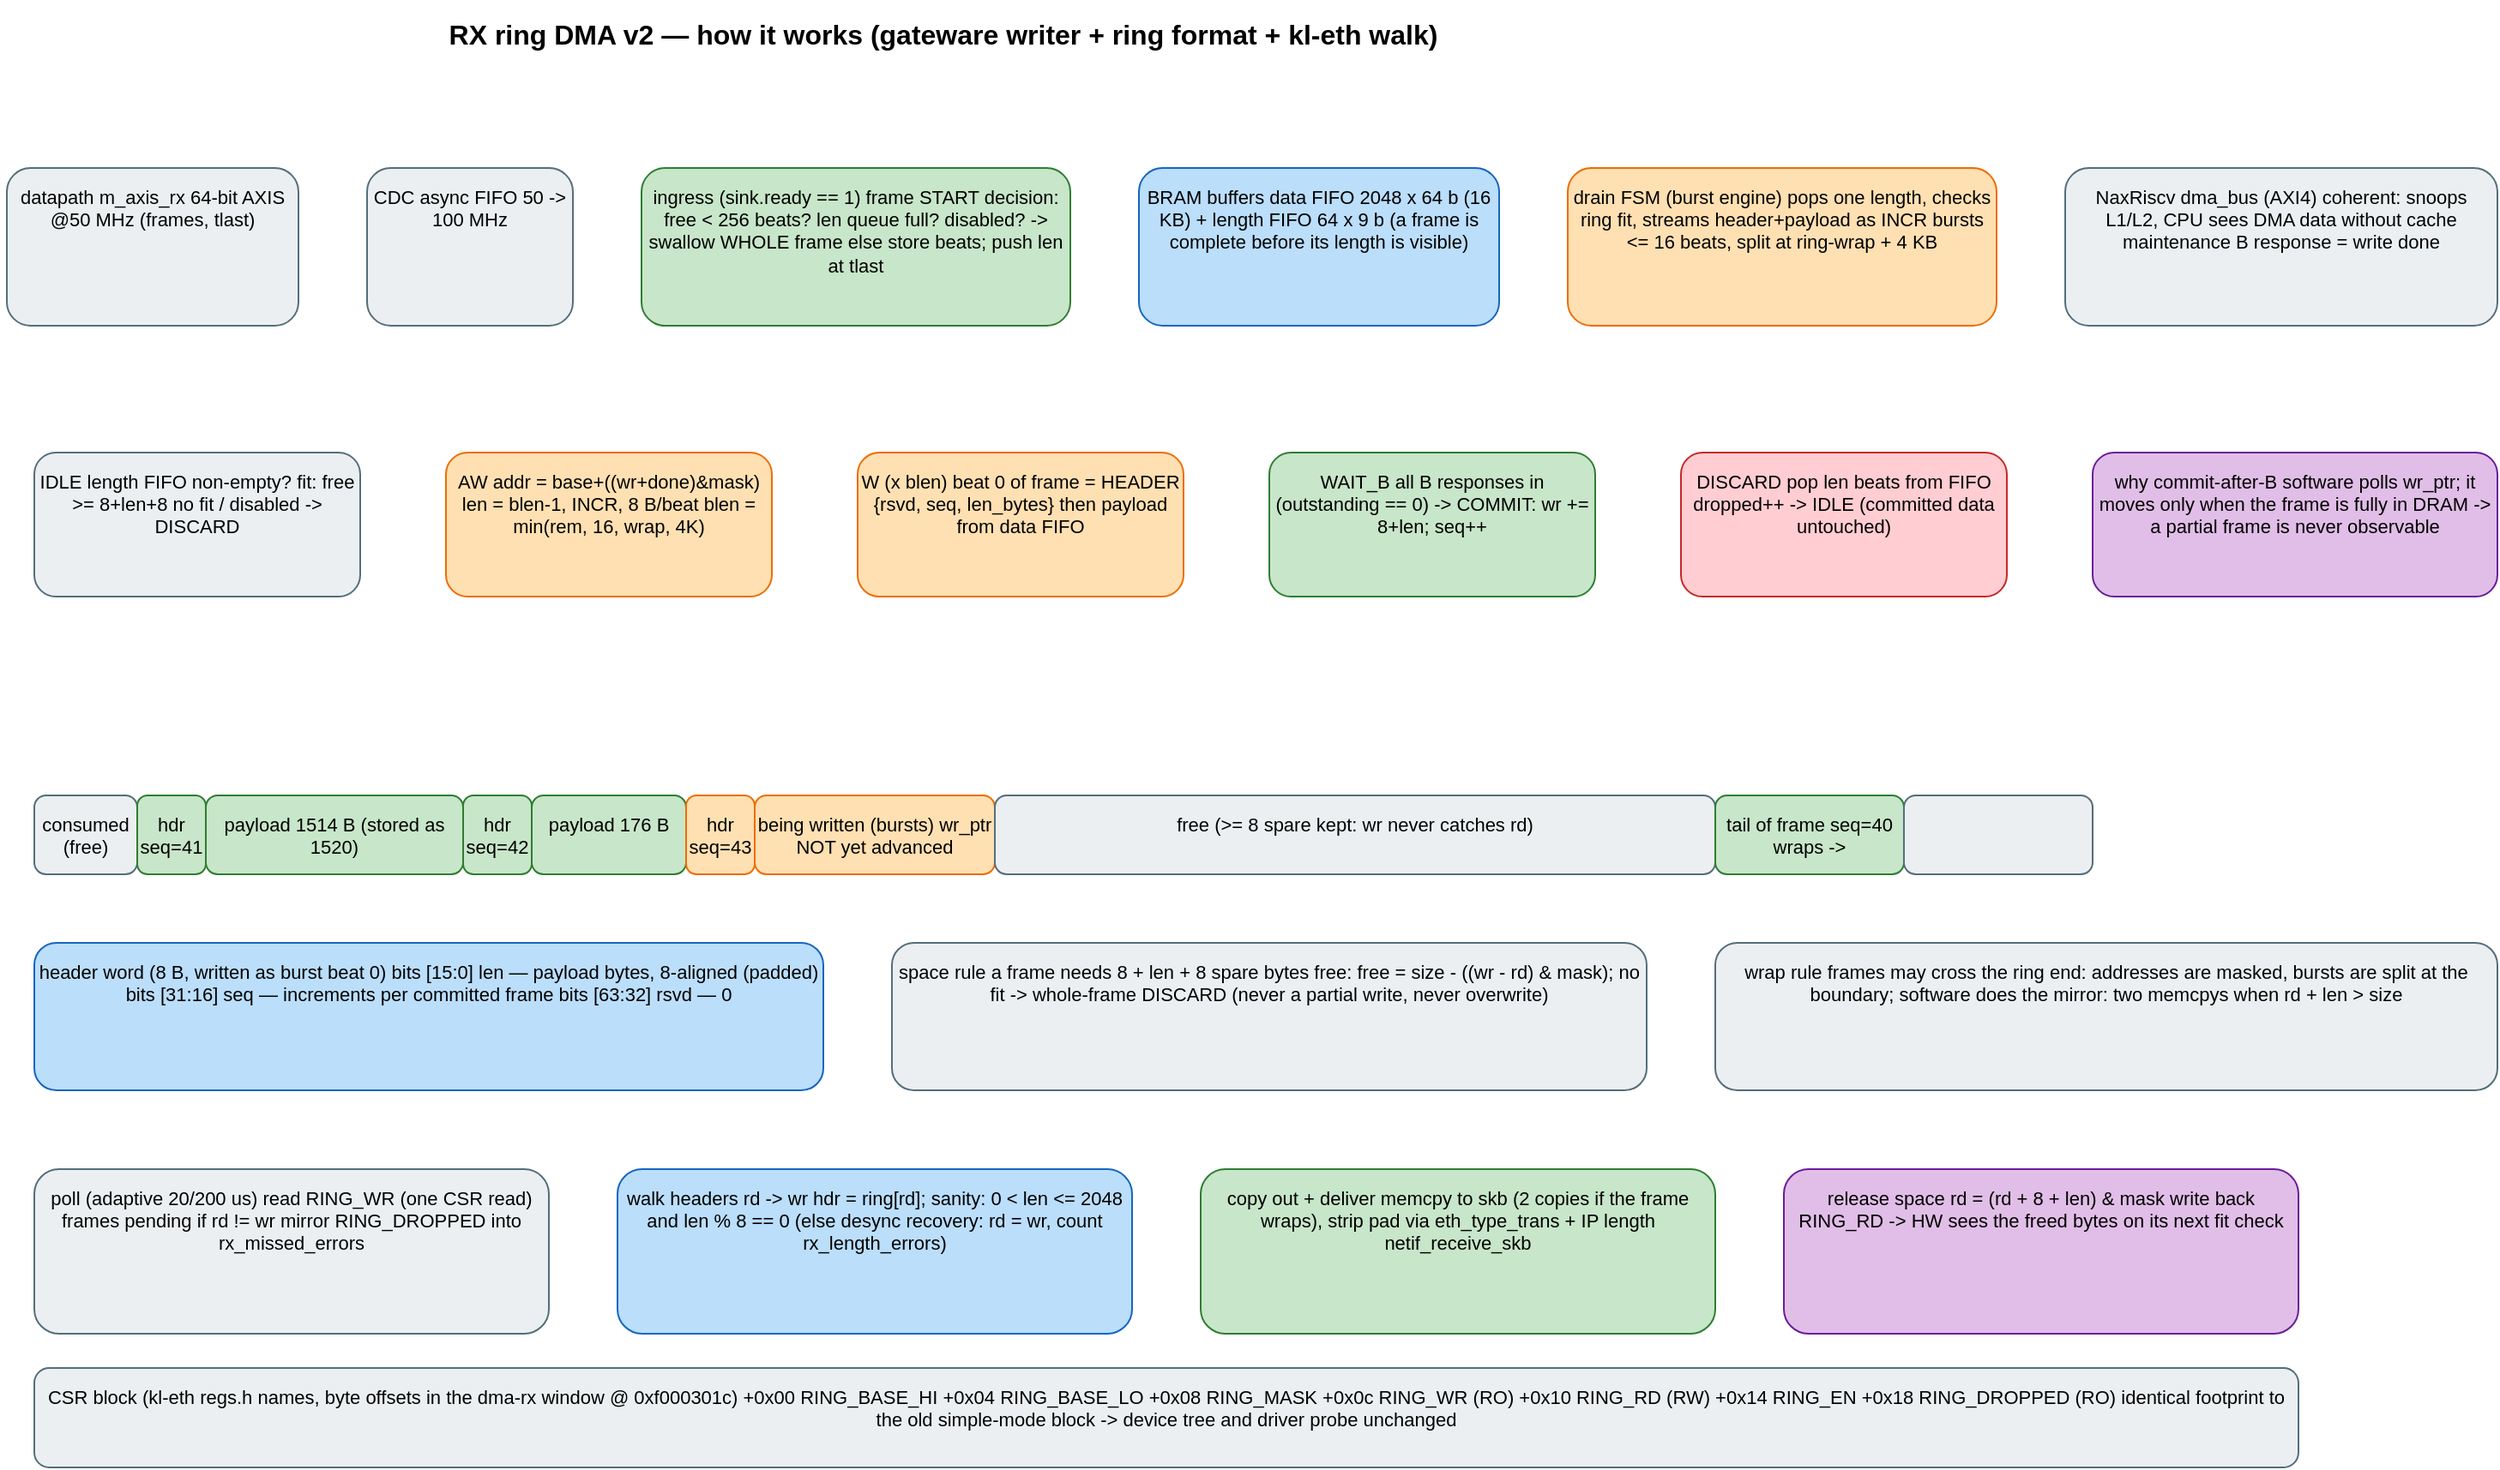
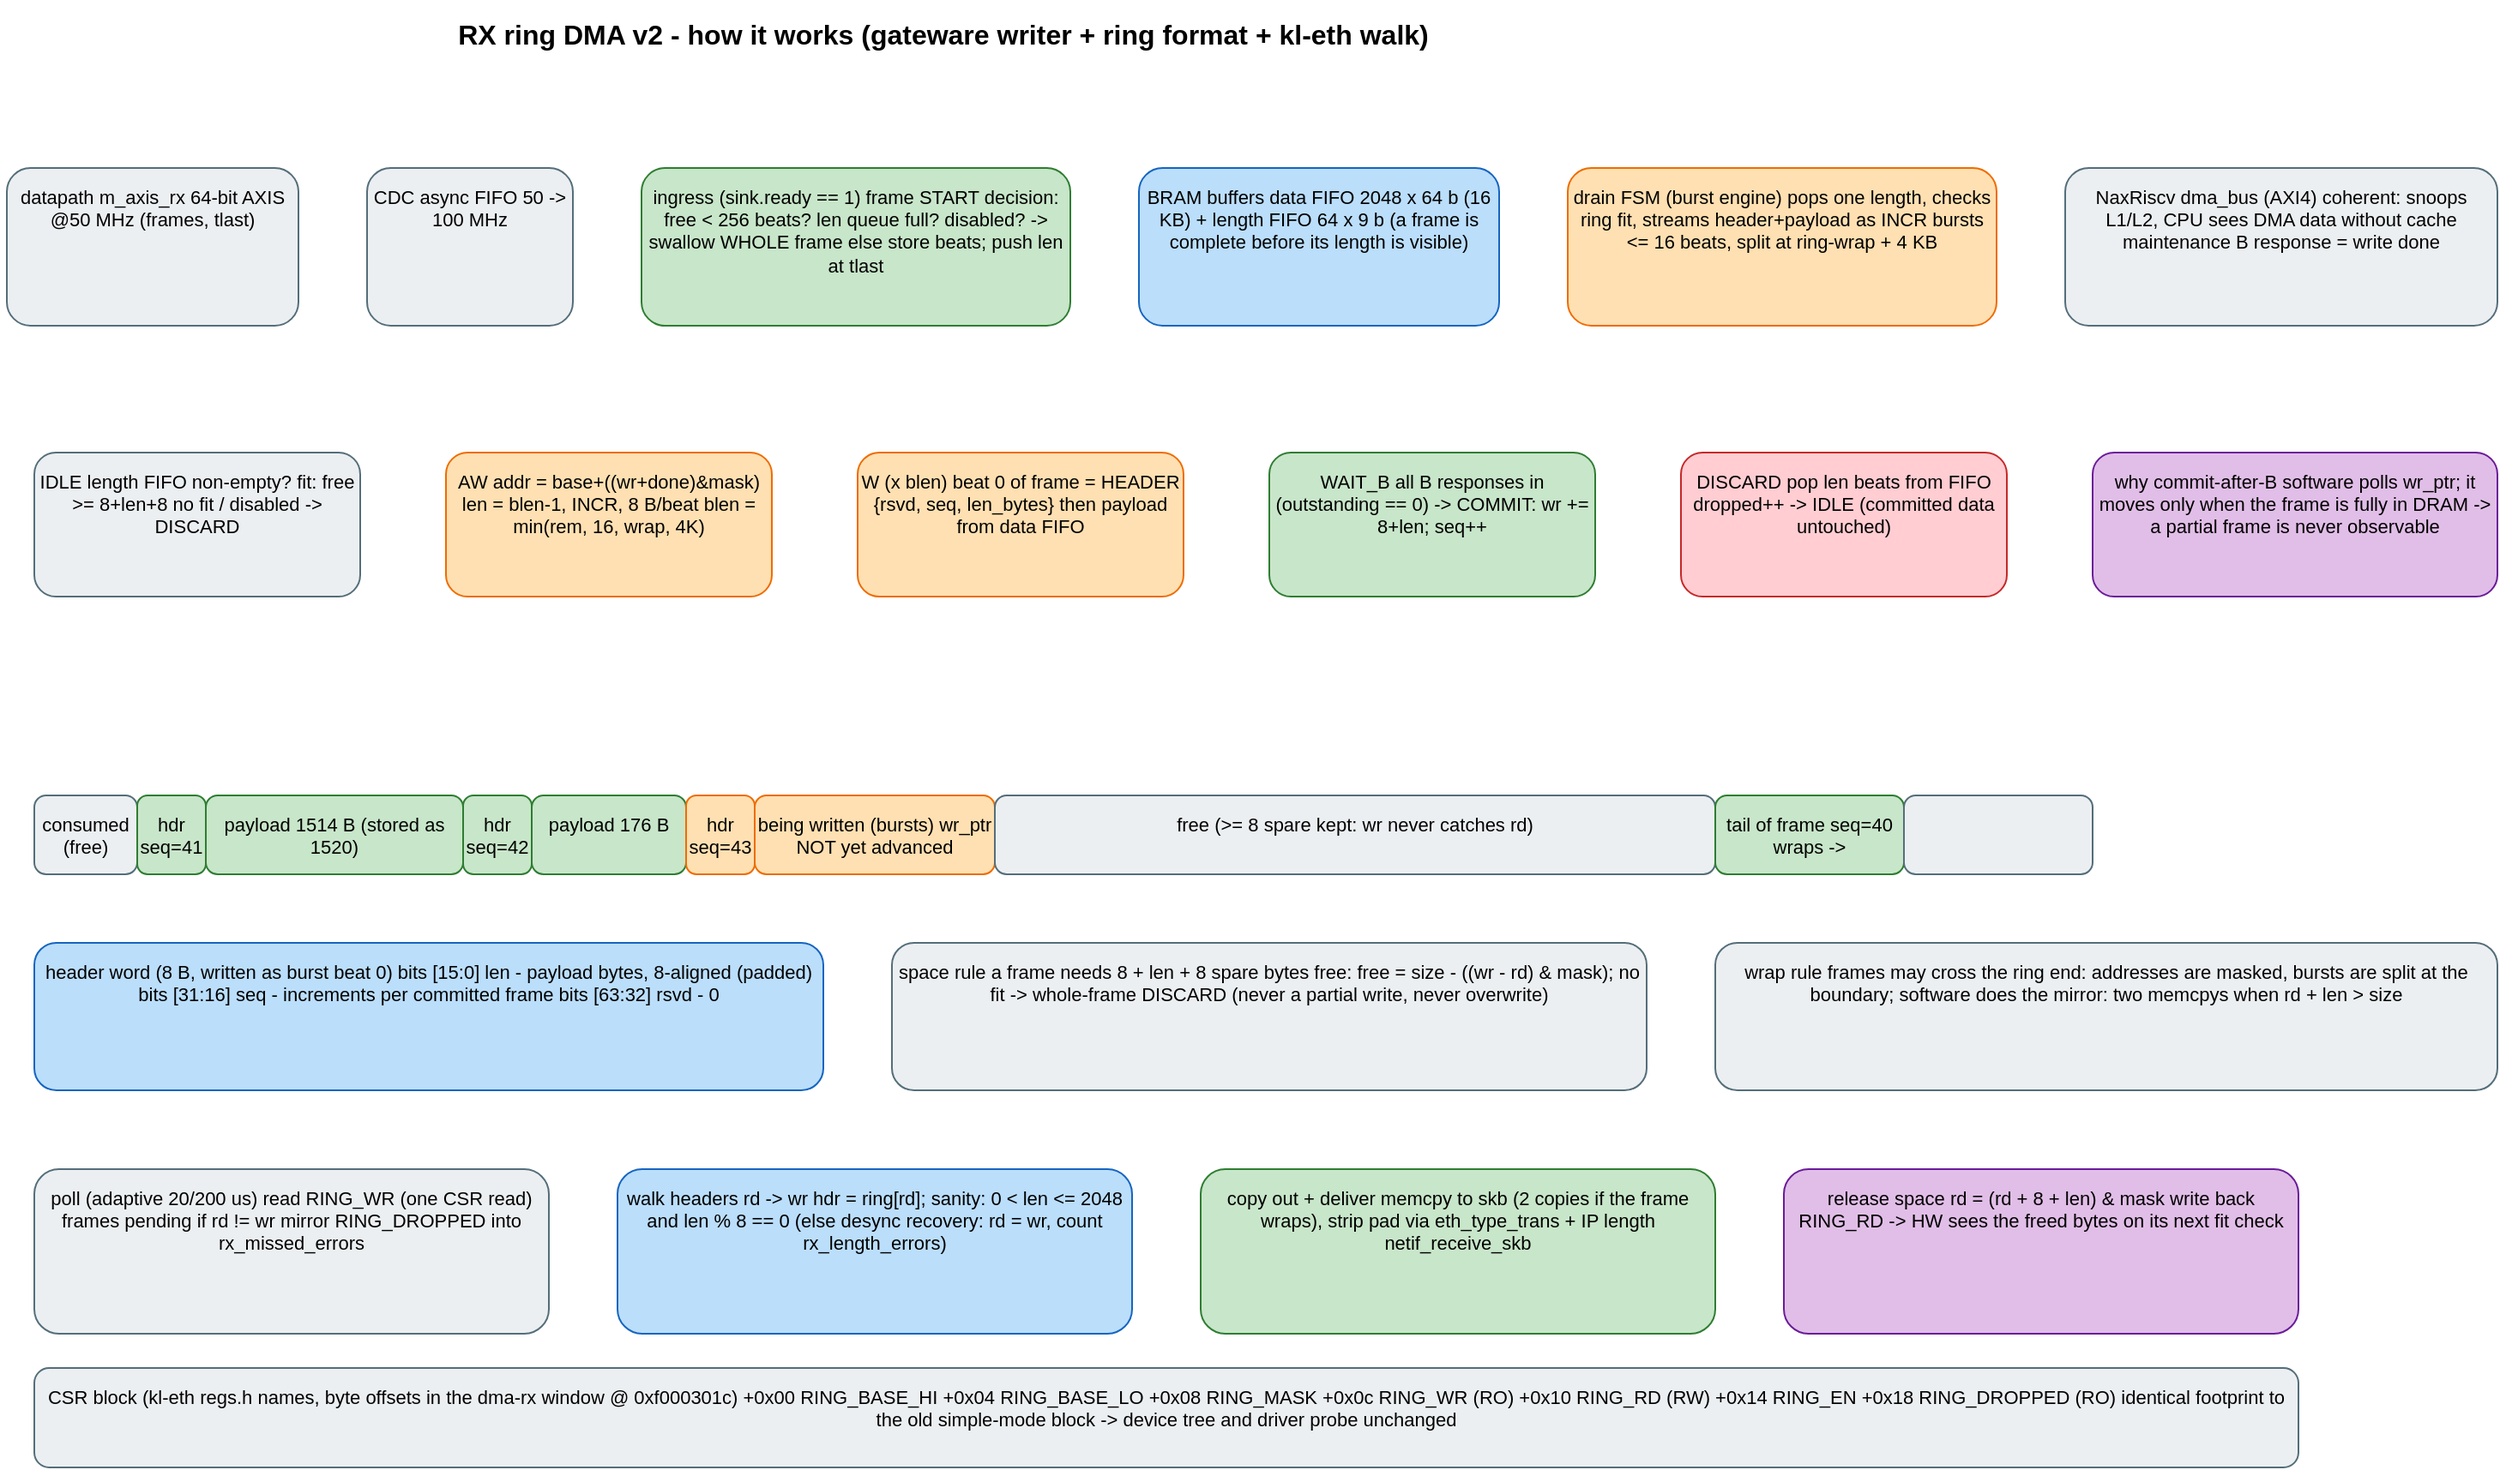
- <mxfile host="app.diagrams.net"><diagram name="RX_RING_OPERATION"><mxGraphModel dx="1400" dy="900" grid="0" page="1" pageWidth="1500" pageHeight="900"><root><mxCell id="0"/><mxCell id="1" parent="0"/><mxCell id="n2" value="RX ring DMA v2 — how it works (gateware writer + ring format + kl-eth walk)" style="rounded=1;whiteSpace=wrap;html=1;fillColor=none;strokeColor=none;fontSize=16;verticalAlign=top;spacingTop=4;fontStyle=1;" vertex="1" parent="1"><mxGeometry x="20" y="10" width="1100" height="30" as="geometry"/></mxCell><mxCell id="n3" value="datapath m_axis_rx
+ <mxfile host="app.diagrams.net"><diagram name="RX_RING_OPERATION"><mxGraphModel dx="1400" dy="900" grid="0" page="1" pageWidth="1500" pageHeight="900"><root><mxCell id="0"/><mxCell id="1" parent="0"/><mxCell id="n2" value="RX ring DMA v2  -  how it works (gateware writer + ring format + kl-eth walk)" style="rounded=1;whiteSpace=wrap;html=1;fillColor=none;strokeColor=none;fontSize=16;verticalAlign=top;spacingTop=4;fontStyle=1;" vertex="1" parent="1"><mxGeometry x="20" y="10" width="1100" height="30" as="geometry"/></mxCell><mxCell id="n3" value="datapath m_axis_rx
64-bit AXIS @50 MHz
(frames, tlast)" style="rounded=1;whiteSpace=wrap;html=1;fillColor=#ECEFF1;strokeColor=#546E7A;fontSize=11;verticalAlign=top;spacingTop=4;" vertex="1" parent="1"><mxGeometry x="24" y="108" width="170" height="92" as="geometry"/></mxCell><mxCell id="n4" value="CDC
async FIFO
50 -&gt; 100 MHz" style="rounded=1;whiteSpace=wrap;html=1;fillColor=#ECEFF1;strokeColor=#546E7A;fontSize=11;verticalAlign=top;spacingTop=4;" vertex="1" parent="1"><mxGeometry x="234" y="108" width="120" height="92" as="geometry"/></mxCell><mxCell id="n5" value="ingress (sink.ready == 1)
frame START decision:
free &lt; 256 beats? len queue full?
disabled?  -&gt; swallow WHOLE frame
else store beats; push len at tlast" style="rounded=1;whiteSpace=wrap;html=1;fillColor=#C8E6C9;strokeColor=#2E7D32;fontSize=11;verticalAlign=top;spacingTop=4;" vertex="1" parent="1"><mxGeometry x="394" y="108" width="250" height="92" as="geometry"/></mxCell><mxCell id="n6" value="BRAM buffers
data FIFO 2048 x 64 b (16 KB)
+ length FIFO 64 x 9 b
(a frame is complete before
its length is visible)" style="rounded=1;whiteSpace=wrap;html=1;fillColor=#BBDEFB;strokeColor=#1565C0;fontSize=11;verticalAlign=top;spacingTop=4;" vertex="1" parent="1"><mxGeometry x="684" y="108" width="210" height="92" as="geometry"/></mxCell><mxCell id="n7" value="drain FSM (burst engine)
pops one length, checks ring fit,
streams header+payload as
INCR bursts &lt;= 16 beats,
split at ring-wrap + 4 KB" style="rounded=1;whiteSpace=wrap;html=1;fillColor=#FFE0B2;strokeColor=#EF6C00;fontSize=11;verticalAlign=top;spacingTop=4;" vertex="1" parent="1"><mxGeometry x="934" y="108" width="250" height="92" as="geometry"/></mxCell><mxCell id="n8" value="NaxRiscv dma_bus (AXI4)
coherent: snoops L1/L2,
CPU sees DMA data without
cache maintenance
B response = write done" style="rounded=1;whiteSpace=wrap;html=1;fillColor=#ECEFF1;strokeColor=#546E7A;fontSize=11;verticalAlign=top;spacingTop=4;" vertex="1" parent="1"><mxGeometry x="1224" y="108" width="252" height="92" as="geometry"/></mxCell><mxCell id="n9" value="IDLE
length FIFO non-empty?
fit: free &gt;= 8+len+8
no fit / disabled -&gt; DISCARD" style="rounded=1;whiteSpace=wrap;html=1;fillColor=#ECEFF1;strokeColor=#546E7A;fontSize=11;verticalAlign=top;spacingTop=4;" vertex="1" parent="1"><mxGeometry x="40" y="274" width="190" height="84" as="geometry"/></mxCell><mxCell id="n10" value="AW
addr = base+((wr+done)&amp;mask)
len = blen-1, INCR, 8 B/beat
blen = min(rem, 16, wrap, 4K)" style="rounded=1;whiteSpace=wrap;html=1;fillColor=#FFE0B2;strokeColor=#EF6C00;fontSize=11;verticalAlign=top;spacingTop=4;" vertex="1" parent="1"><mxGeometry x="280" y="274" width="190" height="84" as="geometry"/></mxCell><mxCell id="n11" value="W  (x blen)
beat 0 of frame = HEADER
{rsvd, seq, len_bytes}
then payload from data FIFO" style="rounded=1;whiteSpace=wrap;html=1;fillColor=#FFE0B2;strokeColor=#EF6C00;fontSize=11;verticalAlign=top;spacingTop=4;" vertex="1" parent="1"><mxGeometry x="520" y="274" width="190" height="84" as="geometry"/></mxCell><mxCell id="n12" value="WAIT_B
all B responses in
(outstanding == 0) -&gt;
COMMIT: wr += 8+len; seq++" style="rounded=1;whiteSpace=wrap;html=1;fillColor=#C8E6C9;strokeColor=#2E7D32;fontSize=11;verticalAlign=top;spacingTop=4;" vertex="1" parent="1"><mxGeometry x="760" y="274" width="190" height="84" as="geometry"/></mxCell><mxCell id="n13" value="DISCARD
pop len beats from FIFO
dropped++ -&gt; IDLE
(committed data untouched)" style="rounded=1;whiteSpace=wrap;html=1;fillColor=#FFCDD2;strokeColor=#C62828;fontSize=11;verticalAlign=top;spacingTop=4;" vertex="1" parent="1"><mxGeometry x="1000" y="274" width="190" height="84" as="geometry"/></mxCell><mxCell id="n14" value="why commit-after-B
software polls wr_ptr; it moves
only when the frame is fully in
DRAM -&gt; a partial frame is
never observable" style="rounded=1;whiteSpace=wrap;html=1;fillColor=#E1BEE7;strokeColor=#6A1B9A;fontSize=11;verticalAlign=top;spacingTop=4;" vertex="1" parent="1"><mxGeometry x="1240" y="274" width="236" height="84" as="geometry"/></mxCell><mxCell id="n15" value="consumed
(free)" style="rounded=1;whiteSpace=wrap;html=1;fillColor=#ECEFF1;strokeColor=#546E7A;fontSize=11;verticalAlign=top;spacingTop=4;" vertex="1" parent="1"><mxGeometry x="40" y="474" width="60" height="46" as="geometry"/></mxCell><mxCell id="n16" value="hdr
seq=41" style="rounded=1;whiteSpace=wrap;html=1;fillColor=#C8E6C9;strokeColor=#2E7D32;fontSize=11;verticalAlign=top;spacingTop=4;" vertex="1" parent="1"><mxGeometry x="100" y="474" width="40" height="46" as="geometry"/></mxCell><mxCell id="n17" value="payload 1514 B
(stored as 1520)" style="rounded=1;whiteSpace=wrap;html=1;fillColor=#C8E6C9;strokeColor=#2E7D32;fontSize=11;verticalAlign=top;spacingTop=4;" vertex="1" parent="1"><mxGeometry x="140" y="474" width="150" height="46" as="geometry"/></mxCell><mxCell id="n18" value="hdr
seq=42" style="rounded=1;whiteSpace=wrap;html=1;fillColor=#C8E6C9;strokeColor=#2E7D32;fontSize=11;verticalAlign=top;spacingTop=4;" vertex="1" parent="1"><mxGeometry x="290" y="474" width="40" height="46" as="geometry"/></mxCell><mxCell id="n19" value="payload 176 B" style="rounded=1;whiteSpace=wrap;html=1;fillColor=#C8E6C9;strokeColor=#2E7D32;fontSize=11;verticalAlign=top;spacingTop=4;" vertex="1" parent="1"><mxGeometry x="330" y="474" width="90" height="46" as="geometry"/></mxCell><mxCell id="n20" value="hdr
seq=43" style="rounded=1;whiteSpace=wrap;html=1;fillColor=#FFE0B2;strokeColor=#EF6C00;fontSize=11;verticalAlign=top;spacingTop=4;" vertex="1" parent="1"><mxGeometry x="420" y="474" width="40" height="46" as="geometry"/></mxCell><mxCell id="n21" value="being written (bursts)
wr_ptr NOT yet advanced" style="rounded=1;whiteSpace=wrap;html=1;fillColor=#FFE0B2;strokeColor=#EF6C00;fontSize=11;verticalAlign=top;spacingTop=4;" vertex="1" parent="1"><mxGeometry x="460" y="474" width="140" height="46" as="geometry"/></mxCell><mxCell id="n22" value="free
(&gt;= 8 spare kept: wr never catches rd)" style="rounded=1;whiteSpace=wrap;html=1;fillColor=#ECEFF1;strokeColor=#546E7A;fontSize=11;verticalAlign=top;spacingTop=4;" vertex="1" parent="1"><mxGeometry x="600" y="474" width="420" height="46" as="geometry"/></mxCell><mxCell id="n23" value="tail of frame seq=40
wraps -&gt;" style="rounded=1;whiteSpace=wrap;html=1;fillColor=#C8E6C9;strokeColor=#2E7D32;fontSize=11;verticalAlign=top;spacingTop=4;" vertex="1" parent="1"><mxGeometry x="1020" y="474" width="110" height="46" as="geometry"/></mxCell><mxCell id="n24" value="" style="rounded=1;whiteSpace=wrap;html=1;fillColor=#ECEFF1;strokeColor=#546E7A;fontSize=11;verticalAlign=top;spacingTop=4;" vertex="1" parent="1"><mxGeometry x="1130" y="474" width="110" height="46" as="geometry"/></mxCell><mxCell id="n25" value="header word (8 B, written as burst beat 0)
- bits [15:0]  len   — payload bytes, 8-aligned (padded)
- bits [31:16] seq   — increments per committed frame
- bits [63:32] rsvd — 0" style="rounded=1;whiteSpace=wrap;html=1;fillColor=#BBDEFB;strokeColor=#1565C0;fontSize=11;verticalAlign=top;spacingTop=4;" vertex="1" parent="1"><mxGeometry x="40" y="560" width="460" height="86" as="geometry"/></mxCell><mxCell id="n26" value="space rule
+ bits [15:0]  len    -  payload bytes, 8-aligned (padded)
+ bits [31:16] seq    -  increments per committed frame
+ bits [63:32] rsvd  -  0" style="rounded=1;whiteSpace=wrap;html=1;fillColor=#BBDEFB;strokeColor=#1565C0;fontSize=11;verticalAlign=top;spacingTop=4;" vertex="1" parent="1"><mxGeometry x="40" y="560" width="460" height="86" as="geometry"/></mxCell><mxCell id="n26" value="space rule
a frame needs 8 + len + 8 spare bytes free:
free = size - ((wr - rd) &amp; mask); no fit -&gt; whole-frame
DISCARD (never a partial write, never overwrite)" style="rounded=1;whiteSpace=wrap;html=1;fillColor=#ECEFF1;strokeColor=#546E7A;fontSize=11;verticalAlign=top;spacingTop=4;" vertex="1" parent="1"><mxGeometry x="540" y="560" width="440" height="86" as="geometry"/></mxCell><mxCell id="n27" value="wrap rule
frames may cross the ring end: addresses are masked,
bursts are split at the boundary; software does the
mirror: two memcpys when rd + len &gt; size" style="rounded=1;whiteSpace=wrap;html=1;fillColor=#ECEFF1;strokeColor=#546E7A;fontSize=11;verticalAlign=top;spacingTop=4;" vertex="1" parent="1"><mxGeometry x="1020" y="560" width="456" height="86" as="geometry"/></mxCell><mxCell id="n28" value="poll (adaptive 20/200 us)
read RING_WR (one CSR read)
frames pending if rd != wr
mirror RING_DROPPED into
rx_missed_errors" style="rounded=1;whiteSpace=wrap;html=1;fillColor=#ECEFF1;strokeColor=#546E7A;fontSize=11;verticalAlign=top;spacingTop=4;" vertex="1" parent="1"><mxGeometry x="40" y="692" width="300" height="96" as="geometry"/></mxCell><mxCell id="n29" value="walk headers rd -&gt; wr
hdr = ring[rd]; sanity: 0 &lt; len
&lt;= 2048 and len % 8 == 0
(else desync recovery: rd = wr,
count rx_length_errors)" style="rounded=1;whiteSpace=wrap;html=1;fillColor=#BBDEFB;strokeColor=#1565C0;fontSize=11;verticalAlign=top;spacingTop=4;" vertex="1" parent="1"><mxGeometry x="380" y="692" width="300" height="96" as="geometry"/></mxCell><mxCell id="n30" value="copy out + deliver
memcpy to skb (2 copies if the
frame wraps), strip pad via
eth_type_trans + IP length
netif_receive_skb" style="rounded=1;whiteSpace=wrap;html=1;fillColor=#C8E6C9;strokeColor=#2E7D32;fontSize=11;verticalAlign=top;spacingTop=4;" vertex="1" parent="1"><mxGeometry x="720" y="692" width="300" height="96" as="geometry"/></mxCell><mxCell id="n31" value="release space
rd = (rd + 8 + len) &amp; mask
write back RING_RD -&gt;
HW sees the freed bytes
on its next fit check" style="rounded=1;whiteSpace=wrap;html=1;fillColor=#E1BEE7;strokeColor=#6A1B9A;fontSize=11;verticalAlign=top;spacingTop=4;" vertex="1" parent="1"><mxGeometry x="1060" y="692" width="300" height="96" as="geometry"/></mxCell><mxCell id="n32" value="CSR block (kl-eth regs.h names, byte offsets in the dma-rx window @ 0xf000301c)
+0x00 RING_BASE_HI  +0x04 RING_BASE_LO  +0x08 RING_MASK  +0x0c RING_WR (RO)  +0x10 RING_RD (RW)  +0x14 RING_EN  +0x18 RING_DROPPED (RO)
identical footprint to the old simple-mode block -&gt; device tree and driver probe unchanged" style="rounded=1;whiteSpace=wrap;html=1;fillColor=#ECEFF1;strokeColor=#546E7A;fontSize=11;verticalAlign=top;spacingTop=4;" vertex="1" parent="1"><mxGeometry x="40" y="808" width="1320" height="58" as="geometry"/></mxCell></root></mxGraphModel></diagram></mxfile>